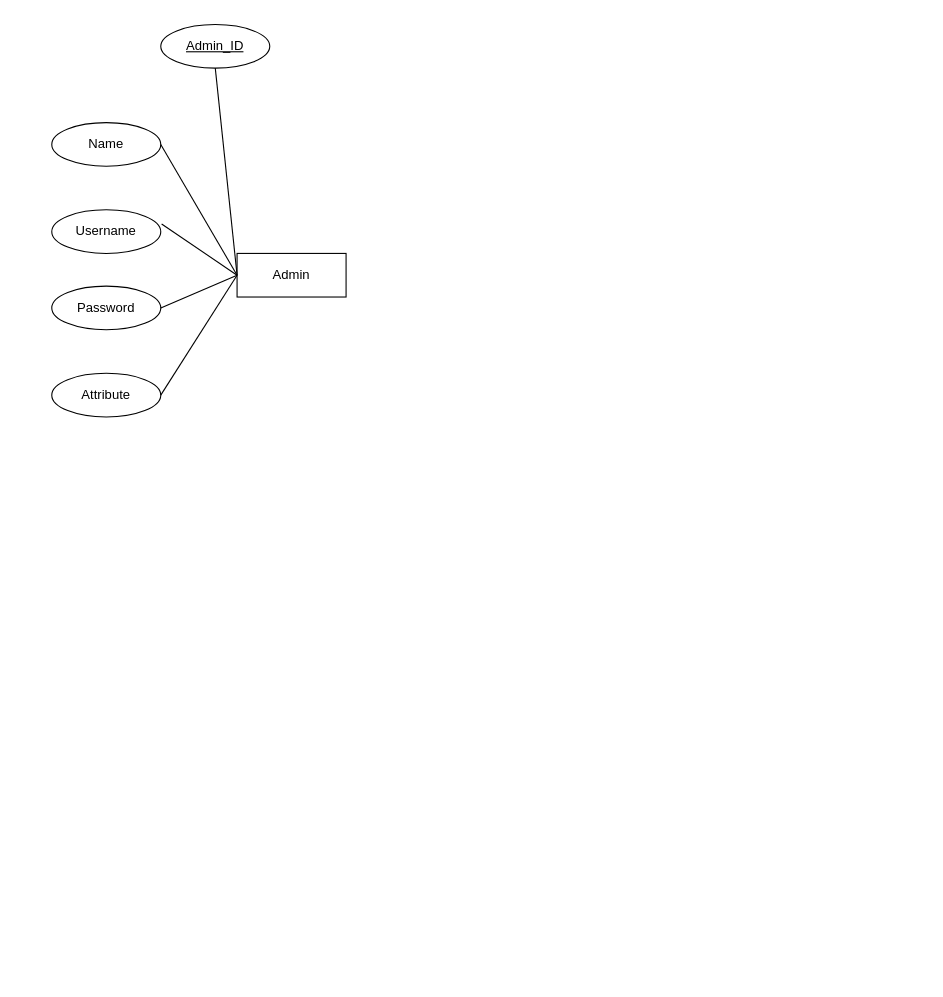
Earlier version of the draw.io diagram Untitled Diagram.drawio (Leck0000/1). Source tidied: cells renumbered, new cells numbered last; positions are measured from the earlier drawing's top-left corner, leaving out a move shared by most shapes. Both pictures are drawn from the tidied source at 109%, with x=0, y=0 at pixel (51, 24).
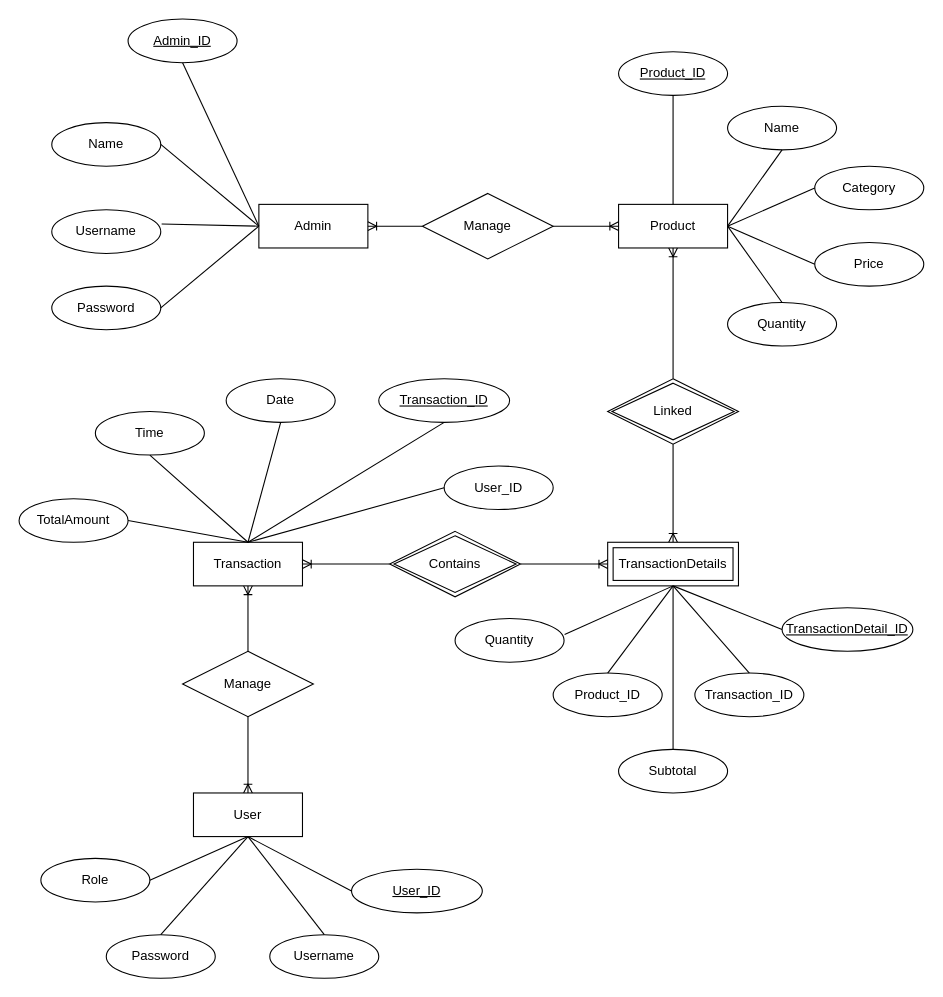
The same diagram, later.

Diff of the diagram source:
```diff
@@
     <mxCell id="2" value="&lt;br&gt;&lt;div&gt;Admin&lt;br&gt;&lt;br&gt;&lt;/div&gt;" style="whiteSpace=wrap;html=1;align=center;" parent="1" vertex="1">
-      <mxGeometry x="170" y="210" width="100" height="40" as="geometry" />
+      <mxGeometry x="190" y="165" width="100" height="40" as="geometry" />
     </mxCell>
@@
-    <mxCell id="6" value="Attribute" style="ellipse;whiteSpace=wrap;html=1;align=center;" parent="1" vertex="1">
-      <mxGeometry y="320" width="100" height="40" as="geometry" />
-    </mxCell>
@@
-    <mxCell id="10" style="endArrow=none;html=1;rounded=0;entryX=0;entryY=0.5;entryDx=0;entryDy=0;exitX=1;exitY=0.5;exitDx=0;exitDy=0;" parent="1" edge="1" source="6" target="2">
-      <mxGeometry relative="1" as="geometry" />
-    </mxCell>
     <mxCell id="11" value="Admin_ID" style="ellipse;whiteSpace=wrap;html=1;align=center;fontStyle=4;" parent="1" vertex="1">
-      <mxGeometry x="100" width="100" height="40" as="geometry" />
+      <mxGeometry x="70" y="-5" width="100" height="40" as="geometry" />
     </mxCell>
@@
+    <mxCell id="13" value="Manage" style="shape=rhombus;perimeter=rhombusPerimeter;whiteSpace=wrap;html=1;align=center;" parent="1" vertex="1">
+      <mxGeometry x="340" y="155" width="120" height="60" as="geometry" />
+    </mxCell>
+    <mxCell id="14" style="fontSize=12;html=1;endArrow=ERoneToMany;rounded=0;entryX=1;entryY=0.5;entryDx=0;entryDy=0;exitX=0;exitY=0.5;exitDx=0;exitDy=0;" parent="1" edge="1" source="13" target="2">
+      <mxGeometry relative="1" as="geometry" />
+    </mxCell>
+    <mxCell id="15" value="&lt;div&gt;Product&lt;br&gt;&lt;/div&gt;" style="whiteSpace=wrap;html=1;align=center;" parent="1" vertex="1">
+      <mxGeometry x="520" y="165" width="100" height="40" as="geometry" />
+    </mxCell>
+    <mxCell id="16" style="fontSize=12;html=1;endArrow=ERoneToMany;rounded=0;entryX=0;entryY=0.5;entryDx=0;entryDy=0;exitX=1;exitY=0.5;exitDx=0;exitDy=0;" parent="1" edge="1" source="13" target="15">
+      <mxGeometry relative="1" as="geometry" />
+    </mxCell>
+    <mxCell id="17" value="&lt;br&gt;Product_ID&lt;div&gt;&lt;br/&gt;&lt;/div&gt;" style="ellipse;whiteSpace=wrap;html=1;align=center;fontStyle=4;" parent="1" vertex="1">
+      <mxGeometry x="520" y="25" width="100" height="40" as="geometry" />
+    </mxCell>
+    <mxCell id="18" value="Name" style="ellipse;whiteSpace=wrap;html=1;align=center;" parent="1" vertex="1">
+      <mxGeometry x="620" y="75" width="100" height="40" as="geometry" />
+    </mxCell>
+    <mxCell id="19" value="Category" style="ellipse;whiteSpace=wrap;html=1;align=center;" parent="1" vertex="1">
+      <mxGeometry x="700" y="130" width="100" height="40" as="geometry" />
+    </mxCell>
+    <mxCell id="20" value="Price" style="ellipse;whiteSpace=wrap;html=1;align=center;" parent="1" vertex="1">
+      <mxGeometry x="700" y="200" width="100" height="40" as="geometry" />
+    </mxCell>
+    <mxCell id="21" value="Quantity" style="ellipse;whiteSpace=wrap;html=1;align=center;" parent="1" vertex="1">
+      <mxGeometry x="620" y="255" width="100" height="40" as="geometry" />
+    </mxCell>
+    <mxCell id="22" style="endArrow=none;html=1;rounded=0;exitX=1;exitY=0.5;exitDx=0;exitDy=0;entryX=0;entryY=0.5;entryDx=0;entryDy=0;" parent="1" edge="1" source="15" target="19">
+      <mxGeometry relative="1" as="geometry" />
+    </mxCell>
+    <mxCell id="23" style="endArrow=none;html=1;rounded=0;exitX=1;exitY=0.5;exitDx=0;exitDy=0;entryX=0;entryY=0.5;entryDx=0;entryDy=0;" parent="1" edge="1" source="15" target="20">
+      <mxGeometry relative="1" as="geometry" />
+    </mxCell>
+    <mxCell id="24" style="endArrow=none;html=1;rounded=0;exitX=1;exitY=0.5;exitDx=0;exitDy=0;entryX=0.5;entryY=0;entryDx=0;entryDy=0;" parent="1" edge="1" source="15" target="21">
+      <mxGeometry relative="1" as="geometry" />
+    </mxCell>
+    <mxCell id="25" style="endArrow=none;html=1;rounded=0;exitX=1;exitY=0.5;exitDx=0;exitDy=0;entryX=0.5;entryY=1;entryDx=0;entryDy=0;" parent="1" edge="1" source="15" target="18">
+      <mxGeometry relative="1" as="geometry" />
+    </mxCell>
+    <mxCell id="26" style="endArrow=none;html=1;rounded=0;exitX=0.5;exitY=0;exitDx=0;exitDy=0;entryX=0.5;entryY=1;entryDx=0;entryDy=0;" parent="1" edge="1" source="15" target="17">
+      <mxGeometry relative="1" as="geometry" />
+    </mxCell>
+    <mxCell id="27" style="fontSize=12;html=1;endArrow=ERoneToMany;rounded=0;entryX=0.5;entryY=1;entryDx=0;entryDy=0;exitX=0.5;exitY=0;exitDx=0;exitDy=0;" parent="1" edge="1" target="15">
+      <mxGeometry relative="1" as="geometry">
+        <mxPoint x="570" y="325" as="sourcePoint" />
+      </mxGeometry>
+    </mxCell>
+    <mxCell id="28" style="fontSize=12;html=1;endArrow=ERoneToMany;rounded=0;entryX=0.5;entryY=0;entryDx=0;entryDy=0;exitX=0.5;exitY=1;exitDx=0;exitDy=0;" parent="1" edge="1">
+      <mxGeometry relative="1" as="geometry">
+        <mxPoint x="570" y="385" as="sourcePoint" />
+        <mxPoint x="570" y="475" as="targetPoint" />
+      </mxGeometry>
+    </mxCell>
+    <mxCell id="29" value="&lt;div&gt;TransactionDetail_ID&lt;br&gt;&lt;/div&gt;" style="ellipse;whiteSpace=wrap;html=1;align=center;fontStyle=4;" parent="1" vertex="1">
+      <mxGeometry x="670" y="535" width="120" height="40" as="geometry" />
+    </mxCell>
+    <mxCell id="30" value="Transaction_ID" style="ellipse;whiteSpace=wrap;html=1;align=center;" parent="1" vertex="1">
+      <mxGeometry x="590" y="595" width="100" height="40" as="geometry" />
+    </mxCell>
+    <mxCell id="31" value="TransactionDetails" style="shape=ext;margin=3;double=1;whiteSpace=wrap;html=1;align=center;" parent="1" vertex="1">
+      <mxGeometry x="510" y="475" width="120" height="40" as="geometry" />
+    </mxCell>
+    <mxCell id="32" value="&lt;br&gt;Product_ID&lt;div&gt;&lt;br/&gt;&lt;/div&gt;" style="ellipse;whiteSpace=wrap;html=1;align=center;" parent="1" vertex="1">
+      <mxGeometry x="460" y="595" width="100" height="40" as="geometry" />
+    </mxCell>
+    <mxCell id="33" value="&lt;div&gt;Quantity&lt;br&gt;&lt;/div&gt;" style="ellipse;whiteSpace=wrap;html=1;align=center;" parent="1" vertex="1">
+      <mxGeometry x="370" y="545" width="100" height="40" as="geometry" />
+    </mxCell>
+    <mxCell id="34" value="&lt;div&gt;Subtotal&lt;br&gt;&lt;/div&gt;" style="ellipse;whiteSpace=wrap;html=1;align=center;" parent="1" vertex="1">
+      <mxGeometry x="520" y="665" width="100" height="40" as="geometry" />
+    </mxCell>
+    <mxCell id="35" style="endArrow=none;html=1;rounded=0;exitX=0.5;exitY=1;exitDx=0;exitDy=0;entryX=0.5;entryY=0;entryDx=0;entryDy=0;" parent="1" edge="1" source="31" target="34">
+      <mxGeometry relative="1" as="geometry" />
+    </mxCell>
+    <mxCell id="36" style="endArrow=none;html=1;rounded=0;exitX=0.5;exitY=1;exitDx=0;exitDy=0;entryX=0.5;entryY=0;entryDx=0;entryDy=0;" parent="1" edge="1" source="31" target="32">
+      <mxGeometry relative="1" as="geometry" />
+    </mxCell>
+    <mxCell id="37" value="Linked" style="shape=rhombus;double=1;perimeter=rhombusPerimeter;whiteSpace=wrap;html=1;align=center;" parent="1" vertex="1">
+      <mxGeometry x="510" y="325" width="120" height="60" as="geometry" />
+    </mxCell>
+    <mxCell id="38" style="endArrow=none;html=1;rounded=0;exitX=0.5;exitY=1;exitDx=0;exitDy=0;entryX=0.5;entryY=0;entryDx=0;entryDy=0;" parent="1" edge="1" source="31" target="30">
+      <mxGeometry relative="1" as="geometry" />
+    </mxCell>
+    <mxCell id="39" style="endArrow=none;html=1;rounded=0;exitX=0.5;exitY=1;exitDx=0;exitDy=0;entryX=0;entryY=0.5;entryDx=0;entryDy=0;" parent="1" edge="1" source="31" target="29">
+      <mxGeometry relative="1" as="geometry" />
+    </mxCell>
+    <mxCell id="40" style="endArrow=none;html=1;rounded=0;entryX=1.005;entryY=0.367;entryDx=0;entryDy=0;exitX=0.5;exitY=1;exitDx=0;exitDy=0;entryPerimeter=0;" parent="1" edge="1" source="31" target="33">
+      <mxGeometry relative="1" as="geometry" />
+    </mxCell>
+    <mxCell id="41" value="&lt;div&gt;Transaction&lt;br&gt;&lt;/div&gt;" style="whiteSpace=wrap;html=1;align=center;" parent="1" vertex="1">
+      <mxGeometry x="130" y="475" width="100" height="40" as="geometry" />
+    </mxCell>
+    <mxCell id="42" value="&lt;div&gt;Transaction_ID&lt;br&gt;&lt;/div&gt;" style="ellipse;whiteSpace=wrap;html=1;align=center;fontStyle=4;" parent="1" vertex="1">
+      <mxGeometry x="300" y="325" width="120" height="40" as="geometry" />
+    </mxCell>
+    <mxCell id="43" value="&lt;div&gt;Time&lt;br&gt;&lt;/div&gt;" style="ellipse;whiteSpace=wrap;html=1;align=center;" parent="1" vertex="1">
+      <mxGeometry x="40" y="355" width="100" height="40" as="geometry" />
+    </mxCell>
+    <mxCell id="44" value="&lt;div&gt;TotalAmount&lt;br&gt;&lt;/div&gt;" style="ellipse;whiteSpace=wrap;html=1;align=center;" parent="1" vertex="1">
+      <mxGeometry x="-30" y="435" width="100" height="40" as="geometry" />
+    </mxCell>
+    <mxCell id="45" value="&lt;div&gt;Date&lt;br&gt;&lt;/div&gt;" style="ellipse;whiteSpace=wrap;html=1;align=center;" parent="1" vertex="1">
+      <mxGeometry x="160" y="325" width="100" height="40" as="geometry" />
+    </mxCell>
+    <mxCell id="46" style="endArrow=none;html=1;rounded=0;entryX=0.5;entryY=1;entryDx=0;entryDy=0;" parent="1" edge="1" target="45">
+      <mxGeometry relative="1" as="geometry">
+        <mxPoint x="180" y="475" as="sourcePoint" />
+      </mxGeometry>
+    </mxCell>
+    <mxCell id="47" style="endArrow=none;html=1;rounded=0;exitX=0.5;exitY=0;exitDx=0;exitDy=0;entryX=0.5;entryY=1;entryDx=0;entryDy=0;" parent="1" edge="1" source="41" target="43">
+      <mxGeometry relative="1" as="geometry" />
+    </mxCell>
+    <mxCell id="48" style="endArrow=none;html=1;rounded=0;entryX=0.5;entryY=1;entryDx=0;entryDy=0;" parent="1" edge="1" target="42">
+      <mxGeometry relative="1" as="geometry">
+        <mxPoint x="180" y="475" as="sourcePoint" />
+      </mxGeometry>
+    </mxCell>
+    <mxCell id="49" style="endArrow=none;html=1;rounded=0;entryX=1;entryY=0.5;entryDx=0;entryDy=0;" parent="1" edge="1" target="44">
+      <mxGeometry relative="1" as="geometry">
+        <mxPoint x="180" y="475" as="sourcePoint" />
+      </mxGeometry>
+    </mxCell>
+    <mxCell id="50" value="&lt;div&gt;User_ID&lt;br&gt;&lt;/div&gt;" style="ellipse;whiteSpace=wrap;html=1;align=center;" parent="1" vertex="1">
+      <mxGeometry x="360" y="405" width="100" height="40" as="geometry" />
+    </mxCell>
+    <mxCell id="51" style="endArrow=none;html=1;rounded=0;entryX=0;entryY=0.5;entryDx=0;entryDy=0;exitX=0.5;exitY=0;exitDx=0;exitDy=0;" parent="1" edge="1" source="41" target="50">
+      <mxGeometry relative="1" as="geometry" />
+    </mxCell>
+    <mxCell id="52" style="fontSize=12;html=1;endArrow=ERoneToMany;rounded=0;entryX=1;entryY=0.5;entryDx=0;entryDy=0;exitX=0;exitY=0.5;exitDx=0;exitDy=0;" parent="1" edge="1" source="53" target="41">
+      <mxGeometry relative="1" as="geometry" />
+    </mxCell>
+    <mxCell id="53" value="Contains" style="shape=rhombus;double=1;perimeter=rhombusPerimeter;whiteSpace=wrap;html=1;align=center;" parent="1" vertex="1">
+      <mxGeometry x="310" y="465" width="120" height="60" as="geometry" />
+    </mxCell>
+    <mxCell id="54" style="fontSize=12;html=1;endArrow=ERoneToMany;rounded=0;entryX=0;entryY=0.5;entryDx=0;entryDy=0;exitX=1;exitY=0.5;exitDx=0;exitDy=0;" parent="1" edge="1" source="53" target="31">
+      <mxGeometry relative="1" as="geometry" />
+    </mxCell>
+    <mxCell id="55" value="Manage" style="shape=rhombus;perimeter=rhombusPerimeter;whiteSpace=wrap;html=1;align=center;" parent="1" vertex="1">
+      <mxGeometry x="120" y="575" width="120" height="60" as="geometry" />
+    </mxCell>
+    <mxCell id="56" value="&lt;div&gt;User_ID&lt;br&gt;&lt;/div&gt;" style="ellipse;whiteSpace=wrap;html=1;align=center;fontStyle=4;" parent="1" vertex="1">
+      <mxGeometry x="275" y="775" width="120" height="40" as="geometry" />
+    </mxCell>
+    <mxCell id="57" value="&lt;div&gt;User&lt;br&gt;&lt;/div&gt;" style="whiteSpace=wrap;html=1;align=center;" parent="1" vertex="1">
+      <mxGeometry x="130" y="705" width="100" height="40" as="geometry" />
+    </mxCell>
+    <mxCell id="58" value="&lt;div&gt;Username&lt;br&gt;&lt;/div&gt;" style="ellipse;whiteSpace=wrap;html=1;align=center;" parent="1" vertex="1">
+      <mxGeometry x="200" y="835" width="100" height="40" as="geometry" />
+    </mxCell>
+    <mxCell id="59" value="&lt;div&gt;Password&lt;br&gt;&lt;/div&gt;" style="ellipse;whiteSpace=wrap;html=1;align=center;" parent="1" vertex="1">
+      <mxGeometry x="50" y="835" width="100" height="40" as="geometry" />
+    </mxCell>
+    <mxCell id="60" value="&lt;div&gt;Role&lt;br&gt;&lt;/div&gt;" style="ellipse;whiteSpace=wrap;html=1;align=center;" parent="1" vertex="1">
+      <mxGeometry x="-10" y="765" width="100" height="40" as="geometry" />
+    </mxCell>
+    <mxCell id="61" style="fontSize=12;html=1;endArrow=ERoneToMany;rounded=0;entryX=0.5;entryY=1;entryDx=0;entryDy=0;exitX=0.5;exitY=0;exitDx=0;exitDy=0;" parent="1" edge="1" source="55" target="41">
+      <mxGeometry relative="1" as="geometry" />
+    </mxCell>
+    <mxCell id="62" style="fontSize=12;html=1;endArrow=ERoneToMany;rounded=0;entryX=0.5;entryY=0;entryDx=0;entryDy=0;exitX=0.5;exitY=1;exitDx=0;exitDy=0;" parent="1" edge="1" source="55" target="57">
+      <mxGeometry relative="1" as="geometry" />
+    </mxCell>
+    <mxCell id="63" style="endArrow=none;html=1;rounded=0;exitX=1;exitY=0.5;exitDx=0;exitDy=0;entryX=0.5;entryY=1;entryDx=0;entryDy=0;" parent="1" edge="1" source="60" target="57">
+      <mxGeometry relative="1" as="geometry" />
+    </mxCell>
+    <mxCell id="64" style="endArrow=none;html=1;rounded=0;exitX=0.5;exitY=0;exitDx=0;exitDy=0;entryX=0.5;entryY=1;entryDx=0;entryDy=0;" parent="1" edge="1" source="59" target="57">
+      <mxGeometry relative="1" as="geometry" />
+    </mxCell>
+    <mxCell id="65" style="endArrow=none;html=1;rounded=0;exitX=0.5;exitY=0;exitDx=0;exitDy=0;entryX=0.5;entryY=1;entryDx=0;entryDy=0;" parent="1" edge="1" source="58" target="57">
+      <mxGeometry relative="1" as="geometry" />
+    </mxCell>
+    <mxCell id="66" style="endArrow=none;html=1;rounded=0;exitX=0;exitY=0.5;exitDx=0;exitDy=0;entryX=0.5;entryY=1;entryDx=0;entryDy=0;" parent="1" edge="1" source="56" target="57">
+      <mxGeometry relative="1" as="geometry" />
+    </mxCell>
```
